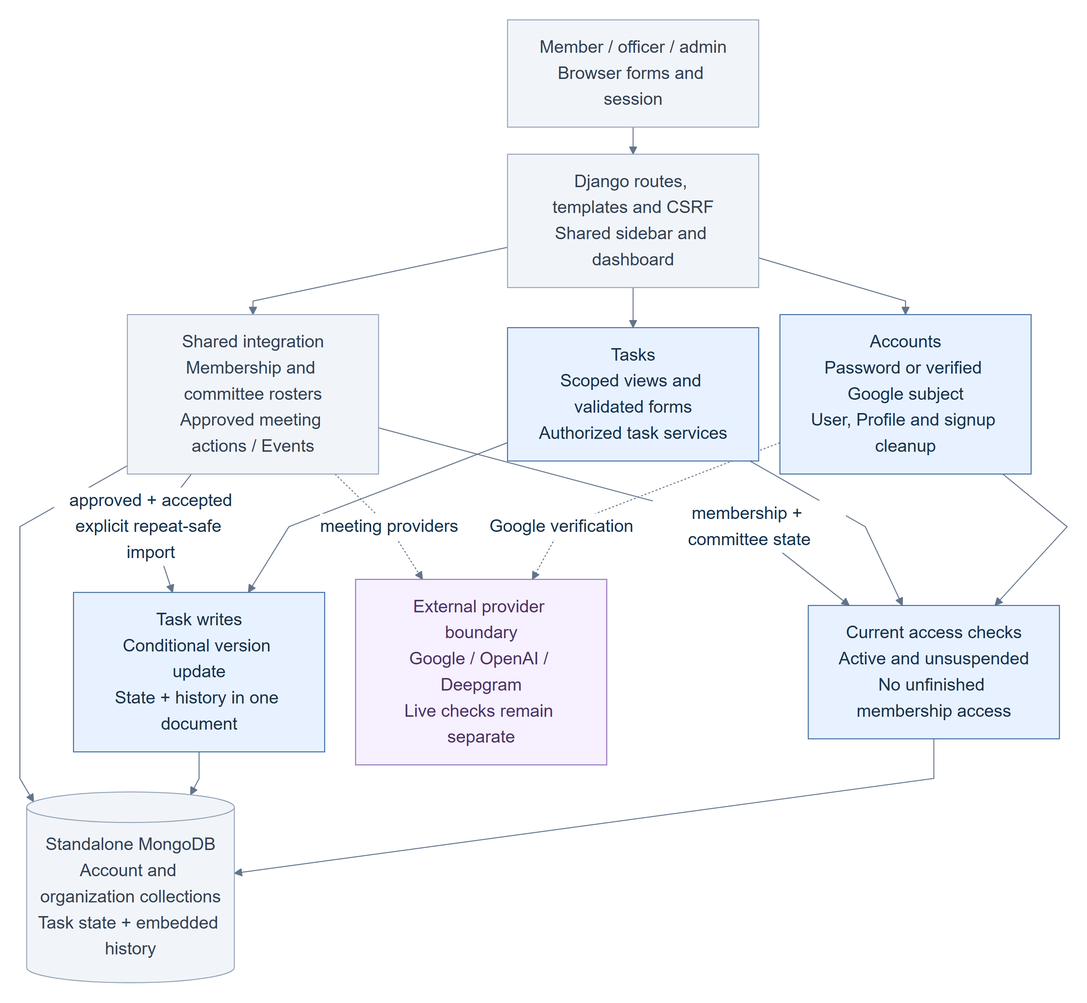
The Mermaid diagram docs/diagrams/current-architecture.png in aayowole1/Software-Eng, before a commit. Its source is kept beside it as docs/diagrams/current-architecture.mmd. Source of this version:
```mermaid
%%{init: {"theme":"base","themeVariables":{"fontFamily":"Arial","fontSize":"18px","primaryColor":"#e8f1ff","primaryTextColor":"#17324d","primaryBorderColor":"#3d6b9e","lineColor":"#64748b","edgeLabelBackground":"#ffffff"},"flowchart":{"curve":"linear","nodeSpacing":22,"rankSpacing":28,"htmlLabels":true}}}%%
flowchart TB
    browser["Member / officer / admin<br/>Browser forms and session"]
    web["Django routes, templates and CSRF<br/>Shared sidebar and dashboard"]
    browser --> web

    accounts["Accounts<br/>Password or verified Google subject<br/>User, Profile and signup cleanup"]
    tasks["Tasks<br/>Scoped views and validated forms<br/>Authorized task services"]
    shared["Shared integration<br/>Membership and committee rosters<br/>Approved meeting actions / Events"]
    web --> accounts
    web --> tasks
    web --> shared

    access["Current access checks<br/>Active and unsuspended<br/>No unfinished membership access"]
    accounts --> access
    tasks --> access
    shared -->|"membership + committee state"| access

    mutation["Task writes<br/>Conditional version update<br/>State + history in one document"]
    tasks --> mutation
    shared -->|"approved + accepted<br/>explicit repeat-safe import"| mutation

    mongo[("Standalone MongoDB<br/>Account and organization collections<br/>Task state + embedded history")]
    access --> mongo
    mutation --> mongo
    shared --> mongo

    provider["External provider boundary<br/>Google / OpenAI / Deepgram<br/>Live checks remain separate"]
    accounts -. "Google verification" .-> provider
    shared -. "meeting providers" .-> provider

    classDef own fill:#e8f1ff,stroke:#3d6b9e,color:#17324d;
    classDef shared fill:#f1f5f9,stroke:#94a3b8,color:#334155;
    classDef external fill:#f6f0ff,stroke:#9370b7,color:#4c3266;
    class accounts,tasks,access,mutation own;
    class browser,web,shared,mongo shared;
    class provider external;
```
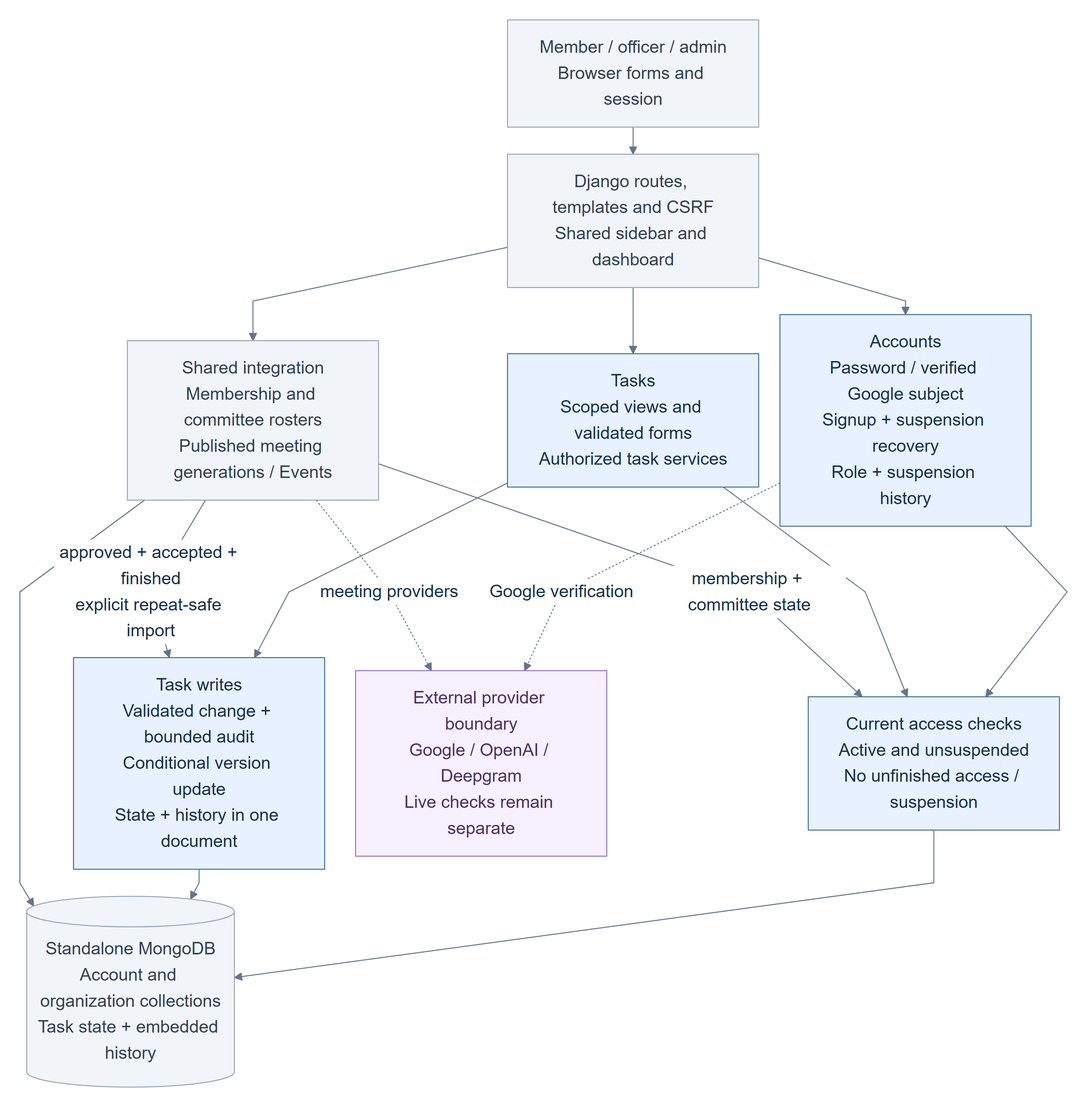
The same file after the commit.

Commit message:
Refresh current handoff diagrams for final recovery and audit contracts

Change to the diagram source:
```diff
@@ -4,21 +4,21 @@
     web["Django routes, templates and CSRF<br/>Shared sidebar and dashboard"]
     browser --> web
 
-    accounts["Accounts<br/>Password or verified Google subject<br/>User, Profile and signup cleanup"]
+    accounts["Accounts<br/>Password / verified Google subject<br/>Signup + suspension recovery<br/>Role + suspension history"]
     tasks["Tasks<br/>Scoped views and validated forms<br/>Authorized task services"]
-    shared["Shared integration<br/>Membership and committee rosters<br/>Approved meeting actions / Events"]
+    shared["Shared integration<br/>Membership and committee rosters<br/>Published meeting generations / Events"]
     web --> accounts
     web --> tasks
     web --> shared
 
-    access["Current access checks<br/>Active and unsuspended<br/>No unfinished membership access"]
+    access["Current access checks<br/>Active and unsuspended<br/>No unfinished access / suspension"]
     accounts --> access
     tasks --> access
     shared -->|"membership + committee state"| access
 
-    mutation["Task writes<br/>Conditional version update<br/>State + history in one document"]
+    mutation["Task writes<br/>Validated change + bounded audit<br/>Conditional version update<br/>State + history in one document"]
     tasks --> mutation
-    shared -->|"approved + accepted<br/>explicit repeat-safe import"| mutation
+    shared -->|"approved + accepted + finished<br/>explicit repeat-safe import"| mutation
 
     mongo[("Standalone MongoDB<br/>Account and organization collections<br/>Task state + embedded history")]
     access --> mongo
```
